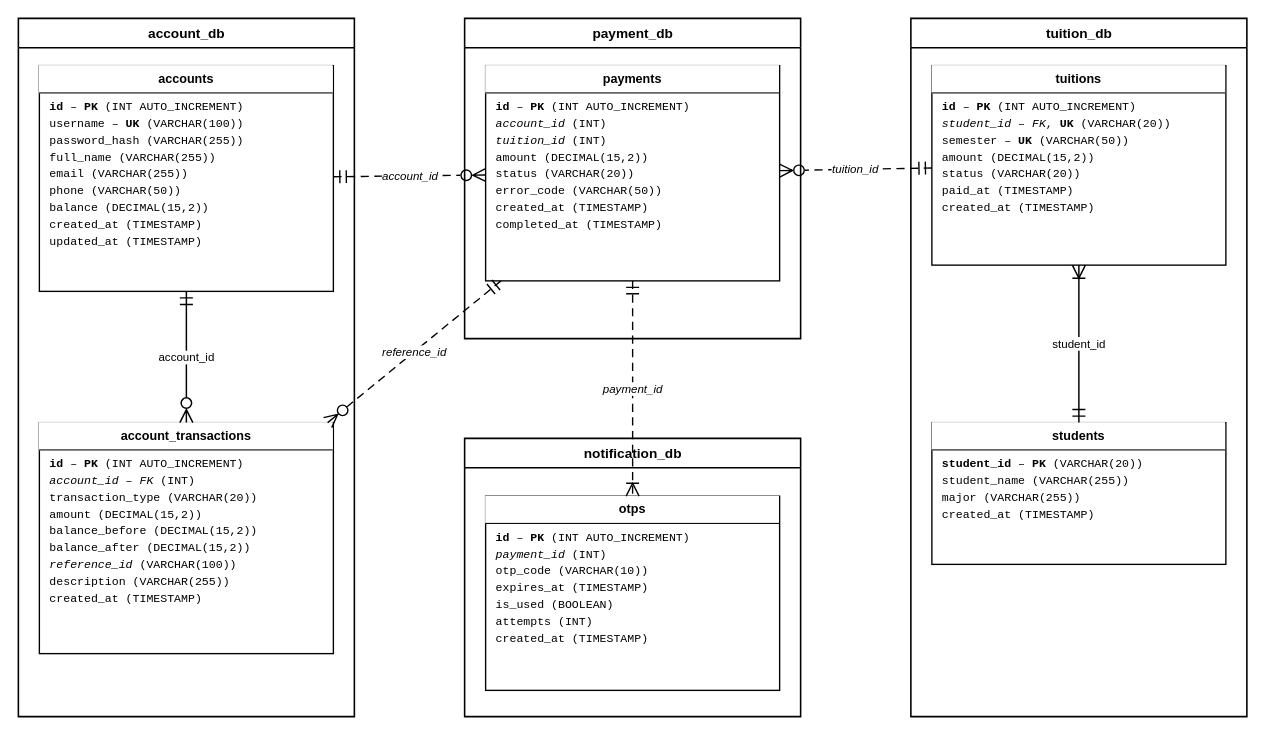
The draw.io diagram docs/figures/chuong_1/database-erd.drawio in thanhngo92/soa, before the edit. Source tidied: cells renumbered, new cells numbered last; positions are measured from the earlier drawing's top-left corner, leaving out a move shared by most shapes. Both pictures are drawn from the tidied source at 105%, with x=0, y=0 at pixel (18, 18).
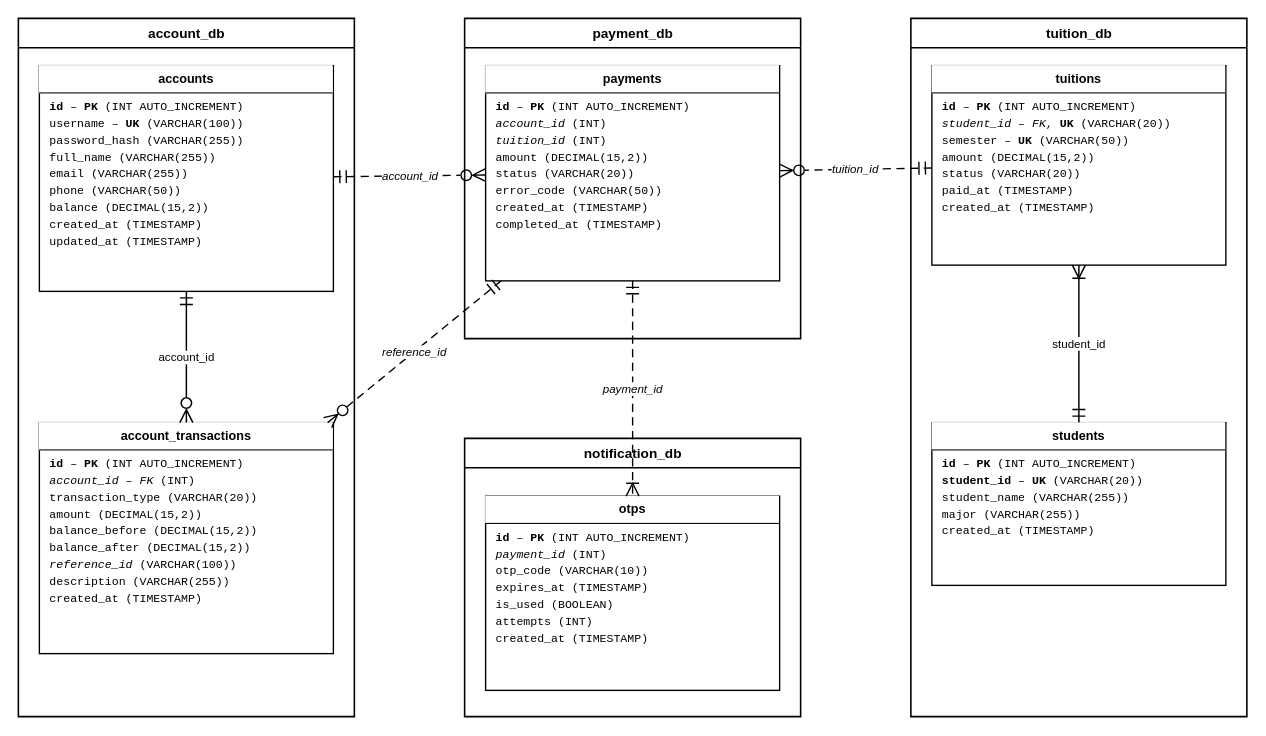
After the change.

Commit message (it also covers changes not shown here):
docs & db: update midterm report, presentation spreadsheet, updated ERD diagrams, and 3NF students table schema

Change to the diagram source:
```diff
@@
 <mxGraphModel>
   <root>
     <mxCell id="0" />
     <mxCell id="1" parent="0" />
     <mxCell id="2" value="account_db" style="swimlane;startSize=28;fillColor=#FFFFFF;swimlaneFillColor=#FFFFFF;strokeColor=#000000;strokeWidth=1.5;fontStyle=1;fontSize=13;fontFamily=Helvetica;fontColor=#000000;html=1;" parent="1" vertex="1">
       <mxGeometry width="320" height="665" as="geometry" />
     </mxCell>
     <mxCell id="3" value="&lt;p style=&quot;margin:0px;padding:6px 0px;text-align:center;background:#FFFFFF;color:#000000;border-bottom:1px solid #000000;font-size:12px;&quot;&gt;&lt;b&gt;accounts&lt;/b&gt;&lt;/p&gt;&lt;p style=&quot;margin:0px;padding:6px 10px;line-height:1.45;font-family:Consolas,monospace;font-size:11px;color:#000000;&quot;&gt;&lt;b&gt;id&lt;/b&gt; – &lt;b&gt;PK&lt;/b&gt; (INT AUTO_INCREMENT)&lt;br&gt;username – &lt;b&gt;UK&lt;/b&gt; (VARCHAR(100))&lt;br&gt;password_hash (VARCHAR(255))&lt;br&gt;full_name (VARCHAR(255))&lt;br&gt;email (VARCHAR(255))&lt;br&gt;phone (VARCHAR(50))&lt;br&gt;balance (DECIMAL(15,2))&lt;br&gt;created_at (TIMESTAMP)&lt;br&gt;updated_at (TIMESTAMP)&lt;/p&gt;" style="verticalAlign=top;align=left;overflow=fill;html=1;whiteSpace=wrap;fillColor=#FFFFFF;strokeColor=#000000;strokeWidth=1.3;" parent="2" vertex="1">
       <mxGeometry x="20" y="45" width="280" height="215" as="geometry" />
     </mxCell>
     <mxCell id="4" value="&lt;p style=&quot;margin:0px;padding:6px 0px;text-align:center;background:#FFFFFF;color:#000000;border-bottom:1px solid #000000;font-size:12px;&quot;&gt;&lt;b&gt;account_transactions&lt;/b&gt;&lt;/p&gt;&lt;p style=&quot;margin:0px;padding:6px 10px;line-height:1.45;font-family:Consolas,monospace;font-size:11px;color:#000000;&quot;&gt;&lt;b&gt;id&lt;/b&gt; – &lt;b&gt;PK&lt;/b&gt; (INT AUTO_INCREMENT)&lt;br&gt;&lt;i&gt;account_id&lt;/i&gt; – &lt;i&gt;FK&lt;/i&gt; (INT)&lt;br&gt;transaction_type (VARCHAR(20))&lt;br&gt;amount (DECIMAL(15,2))&lt;br&gt;balance_before (DECIMAL(15,2))&lt;br&gt;balance_after (DECIMAL(15,2))&lt;br&gt;&lt;i&gt;reference_id&lt;/i&gt; (VARCHAR(100))&lt;br&gt;description (VARCHAR(255))&lt;br&gt;created_at (TIMESTAMP)&lt;/p&gt;" style="verticalAlign=top;align=left;overflow=fill;html=1;whiteSpace=wrap;fillColor=#FFFFFF;strokeColor=#000000;strokeWidth=1.3;" parent="2" vertex="1">
       <mxGeometry x="20" y="385" width="280" height="220" as="geometry" />
     </mxCell>
     <mxCell id="5" value="account_id" style="endArrow=ERzeroToMany;startArrow=ERmandOne;endSize=10;startSize=10;endFill=0;startFill=0;strokeColor=#000000;strokeWidth=1.4;fontFamily=Helvetica;fontSize=11;fontColor=#000000;html=1;labelBackgroundColor=#FFFFFF;" parent="2" edge="1" source="3" target="4">
       <mxGeometry relative="1" as="geometry" />
     </mxCell>
     <mxCell id="6" value="payment_db" style="swimlane;startSize=28;fillColor=#FFFFFF;swimlaneFillColor=#FFFFFF;strokeColor=#000000;strokeWidth=1.5;fontStyle=1;fontSize=13;fontFamily=Helvetica;fontColor=#000000;html=1;" parent="1" vertex="1">
       <mxGeometry x="425" width="320" height="305" as="geometry" />
     </mxCell>
     <mxCell id="7" value="&lt;p style=&quot;margin:0px;padding:6px 0px;text-align:center;background:#FFFFFF;color:#000000;border-bottom:1px solid #000000;font-size:12px;&quot;&gt;&lt;b&gt;payments&lt;/b&gt;&lt;/p&gt;&lt;p style=&quot;margin:0px;padding:6px 10px;line-height:1.45;font-family:Consolas,monospace;font-size:11px;color:#000000;&quot;&gt;&lt;b&gt;id&lt;/b&gt; – &lt;b&gt;PK&lt;/b&gt; (INT AUTO_INCREMENT)&lt;br&gt;&lt;i&gt;account_id&lt;/i&gt; (INT)&lt;br&gt;&lt;i&gt;tuition_id&lt;/i&gt; (INT)&lt;br&gt;amount (DECIMAL(15,2))&lt;br&gt;status (VARCHAR(20))&lt;br&gt;error_code (VARCHAR(50))&lt;br&gt;created_at (TIMESTAMP)&lt;br&gt;completed_at (TIMESTAMP)&lt;/p&gt;" style="verticalAlign=top;align=left;overflow=fill;html=1;whiteSpace=wrap;fillColor=#FFFFFF;strokeColor=#000000;strokeWidth=1.3;" parent="6" vertex="1">
       <mxGeometry x="20" y="45" width="280" height="205" as="geometry" />
     </mxCell>
     <mxCell id="8" value="notification_db" style="swimlane;startSize=28;fillColor=#FFFFFF;swimlaneFillColor=#FFFFFF;strokeColor=#000000;strokeWidth=1.5;fontStyle=1;fontSize=13;fontFamily=Helvetica;fontColor=#000000;html=1;" parent="1" vertex="1">
       <mxGeometry x="425" y="400" width="320" height="265" as="geometry" />
     </mxCell>
     <mxCell id="9" value="&lt;p style=&quot;margin:0px;padding:6px 0px;text-align:center;background:#FFFFFF;color:#000000;border-bottom:1px solid #000000;font-size:12px;&quot;&gt;&lt;b&gt;otps&lt;/b&gt;&lt;/p&gt;&lt;p style=&quot;margin:0px;padding:6px 10px;line-height:1.45;font-family:Consolas,monospace;font-size:11px;color:#000000;&quot;&gt;&lt;b&gt;id&lt;/b&gt; – &lt;b&gt;PK&lt;/b&gt; (INT AUTO_INCREMENT)&lt;br&gt;&lt;i&gt;payment_id&lt;/i&gt; (INT)&lt;br&gt;otp_code (VARCHAR(10))&lt;br&gt;expires_at (TIMESTAMP)&lt;br&gt;is_used (BOOLEAN)&lt;br&gt;attempts (INT)&lt;br&gt;created_at (TIMESTAMP)&lt;/p&gt;" style="verticalAlign=top;align=left;overflow=fill;html=1;whiteSpace=wrap;fillColor=#FFFFFF;strokeColor=#000000;strokeWidth=1.3;" parent="8" vertex="1">
       <mxGeometry x="20" y="55" width="280" height="185" as="geometry" />
     </mxCell>
     <mxCell id="10" value="tuition_db" style="swimlane;startSize=28;fillColor=#FFFFFF;swimlaneFillColor=#FFFFFF;strokeColor=#000000;strokeWidth=1.5;fontStyle=1;fontSize=13;fontFamily=Helvetica;fontColor=#000000;html=1;" parent="1" vertex="1">
       <mxGeometry x="850" width="320" height="665" as="geometry" />
     </mxCell>
     <mxCell id="11" value="&lt;p style=&quot;margin:0px;padding:6px 0px;text-align:center;background:#FFFFFF;color:#000000;border-bottom:1px solid #000000;font-size:12px;&quot;&gt;&lt;b&gt;tuitions&lt;/b&gt;&lt;/p&gt;&lt;p style=&quot;margin:0px;padding:6px 10px;line-height:1.45;font-family:Consolas,monospace;font-size:11px;color:#000000;&quot;&gt;&lt;b&gt;id&lt;/b&gt; – &lt;b&gt;PK&lt;/b&gt; (INT AUTO_INCREMENT)&lt;br&gt;&lt;i&gt;student_id&lt;/i&gt; – &lt;i&gt;FK&lt;/i&gt;, &lt;b&gt;UK&lt;/b&gt; (VARCHAR(20))&lt;br&gt;semester – &lt;b&gt;UK&lt;/b&gt; (VARCHAR(50))&lt;br&gt;amount (DECIMAL(15,2))&lt;br&gt;status (VARCHAR(20))&lt;br&gt;paid_at (TIMESTAMP)&lt;br&gt;created_at (TIMESTAMP)&lt;/p&gt;" style="verticalAlign=top;align=left;overflow=fill;html=1;whiteSpace=wrap;fillColor=#FFFFFF;strokeColor=#000000;strokeWidth=1.3;" parent="10" vertex="1">
       <mxGeometry x="20" y="45" width="280" height="190" as="geometry" />
     </mxCell>
-    <mxCell id="12" value="&lt;p style=&quot;margin:0px;padding:6px 0px;text-align:center;background:#FFFFFF;color:#000000;border-bottom:1px solid #000000;font-size:12px;&quot;&gt;&lt;b&gt;students&lt;/b&gt;&lt;/p&gt;&lt;p style=&quot;margin:0px;padding:6px 10px;line-height:1.45;font-family:Consolas,monospace;font-size:11px;color:#000000;&quot;&gt;&lt;b&gt;student_id&lt;/b&gt; – &lt;b&gt;PK&lt;/b&gt; (VARCHAR(20))&lt;br&gt;student_name (VARCHAR(255))&lt;br&gt;major (VARCHAR(255))&lt;br&gt;created_at (TIMESTAMP)&lt;/p&gt;" style="verticalAlign=top;align=left;overflow=fill;html=1;whiteSpace=wrap;fillColor=#FFFFFF;strokeColor=#000000;strokeWidth=1.3;" parent="10" vertex="1">
-      <mxGeometry x="20" y="385" width="280" height="135" as="geometry" />
+    <mxCell id="12" value="&lt;p style=&quot;margin:0px;padding:6px 0px;text-align:center;background:#FFFFFF;color:#000000;border-bottom:1px solid #000000;font-size:12px;&quot;&gt;&lt;b&gt;students&lt;/b&gt;&lt;/p&gt;&lt;p style=&quot;margin:0px;padding:6px 10px;line-height:1.45;font-family:Consolas,monospace;font-size:11px;color:#000000;&quot;&gt;&lt;b&gt;id&lt;/b&gt; – &lt;b&gt;PK&lt;/b&gt; (INT AUTO_INCREMENT)&lt;br&gt;&lt;b&gt;student_id&lt;/b&gt; – &lt;b&gt;UK&lt;/b&gt; (VARCHAR(20))&lt;br&gt;student_name (VARCHAR(255))&lt;br&gt;major (VARCHAR(255))&lt;br&gt;created_at (TIMESTAMP)&lt;/p&gt;" style="verticalAlign=top;align=left;overflow=fill;html=1;whiteSpace=wrap;fillColor=#FFFFFF;strokeColor=#000000;strokeWidth=1.3;" parent="10" vertex="1">
+      <mxGeometry x="20" y="385" width="280" height="155" as="geometry" />
     </mxCell>
     <mxCell id="13" value="student_id" style="endArrow=ERoneToMany;startArrow=ERmandOne;endSize=10;startSize=10;endFill=0;startFill=0;strokeColor=#000000;strokeWidth=1.4;fontFamily=Helvetica;fontSize=11;fontColor=#000000;html=1;labelBackgroundColor=#FFFFFF;" parent="10" edge="1" source="12" target="11">
       <mxGeometry relative="1" as="geometry" />
     </mxCell>
     <mxCell id="14" value="account_id" style="dashed=1;dashPattern=6 4;endArrow=ERzeroToMany;startArrow=ERmandOne;endSize=10;startSize=10;endFill=0;startFill=0;strokeColor=#000000;strokeWidth=1.3;fontFamily=Helvetica;fontSize=11;fontStyle=2;fontColor=#000000;html=1;labelBackgroundColor=#FFFFFF;" parent="1" edge="1" source="3" target="7">
       <mxGeometry relative="1" as="geometry" />
     </mxCell>
     <mxCell id="15" value="tuition_id" style="dashed=1;dashPattern=6 4;endArrow=ERzeroToMany;startArrow=ERmandOne;endSize=10;startSize=10;endFill=0;startFill=0;strokeColor=#000000;strokeWidth=1.3;fontFamily=Helvetica;fontSize=11;fontStyle=2;fontColor=#000000;html=1;labelBackgroundColor=#FFFFFF;" parent="1" edge="1" source="11" target="7">
       <mxGeometry relative="1" as="geometry" />
     </mxCell>
     <mxCell id="16" value="payment_id" style="dashed=1;dashPattern=6 4;endArrow=ERoneToMany;startArrow=ERmandOne;endSize=10;startSize=10;endFill=0;startFill=0;strokeColor=#000000;strokeWidth=1.3;fontFamily=Helvetica;fontSize=11;fontStyle=2;fontColor=#000000;html=1;labelBackgroundColor=#FFFFFF;" parent="1" edge="1" source="7" target="9">
       <mxGeometry relative="1" as="geometry" />
     </mxCell>
     <mxCell id="17" value="reference_id" style="dashed=1;dashPattern=6 4;endArrow=ERzeroToMany;startArrow=ERmandOne;endSize=10;startSize=10;endFill=0;startFill=0;strokeColor=#000000;strokeWidth=1.3;fontFamily=Helvetica;fontSize=11;fontStyle=2;fontColor=#000000;html=1;labelBackgroundColor=#FFFFFF;" parent="1" edge="1" source="7" target="4">
       <mxGeometry relative="1" as="geometry" />
     </mxCell>
   </root>
 </mxGraphModel>
```
